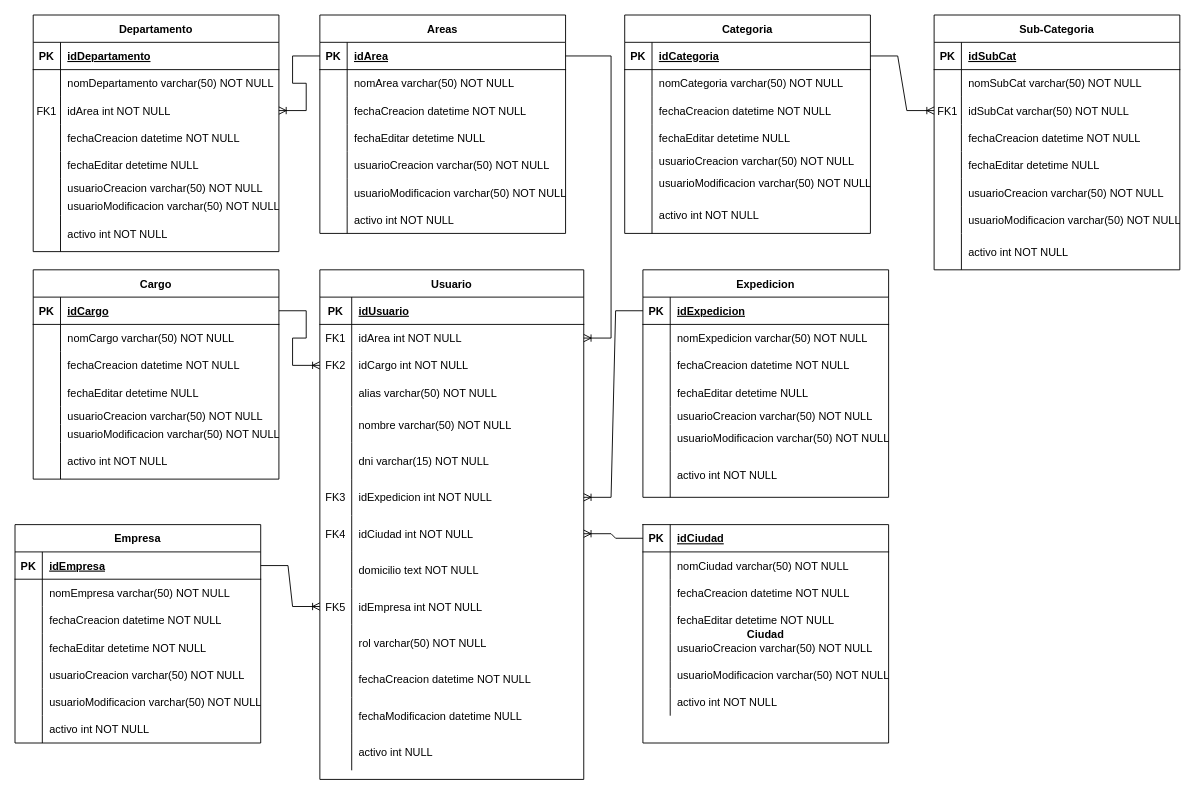
Earlier version of the draw.io diagram Diagrama Activos Fijos.drawio (tomyivan/diagramas-DB). Source tidied: cells renumbered, new cells numbered last; positions are measured from the earlier drawing's top-left corner, leaving out a move shared by most shapes. Both pictures are drawn from the tidied source at 91%, with x=0, y=0 at pixel (15, 15).
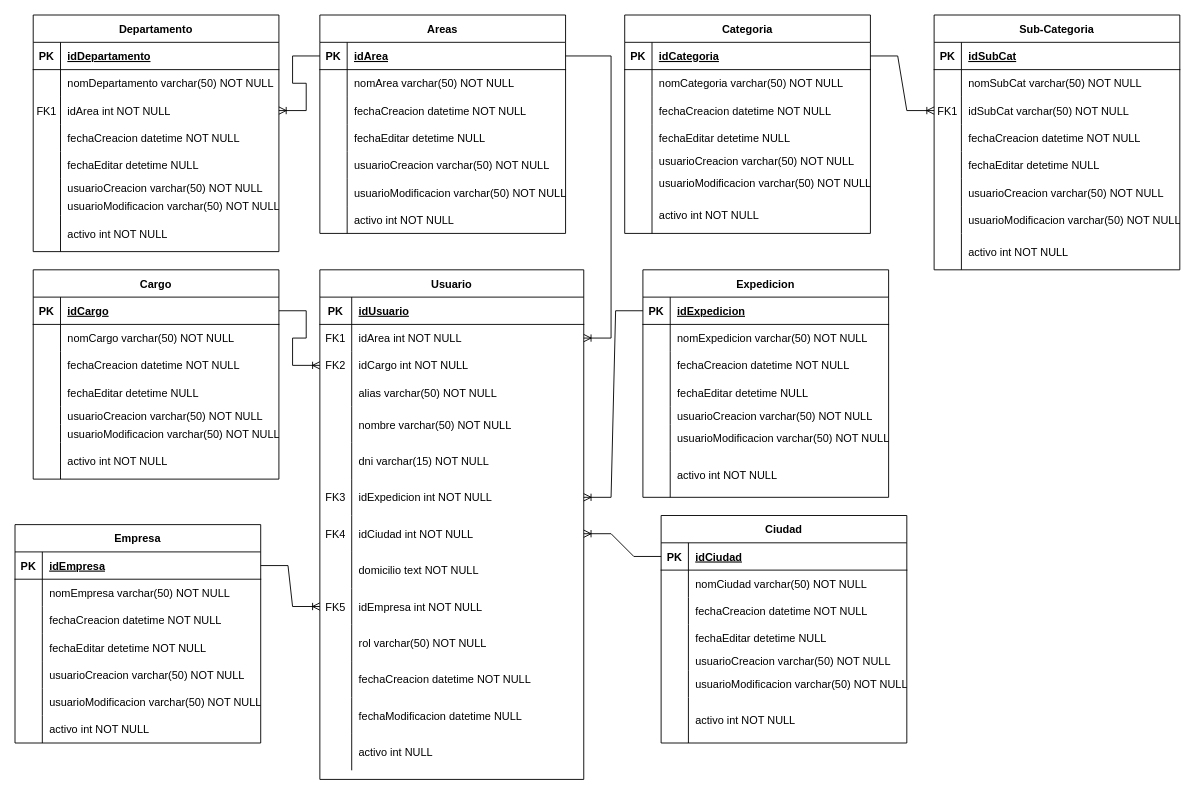
The same page after the edit.

The change refers to these unchanged cells:
```xml
<mxCell id="164" style="shape=partialRectangle;fillColor=none;points=[[0,0.5],[1,0.5]];portConstraint=eastwest;top=0;left=0;right=0;bottom=0;" parent="142" vertex="1">
  <mxGeometry y="270" width="290" height="40" as="geometry" />
</mxCell>
```

Diff of the diagram source:
```diff
@@
-    <mxCell id="49" value="Ciudad" style="shape=table;startSize=0;childLayout=tableLayout;rowLines=0;fontStyle=1;align=center;" parent="1" vertex="1">
-      <mxGeometry x="690" y="560" width="270" height="240" as="geometry" />
-    </mxCell>
-    <mxCell id="50" style="shape=partialRectangle;fillColor=none;points=[[0,0.5],[1,0.5]];portConstraint=eastwest;top=0;left=0;right=0;bottom=1;" parent="49" vertex="1">
-      <mxGeometry width="270" height="30" as="geometry" />
-    </mxCell>
-    <mxCell id="51" value="PK" style="shape=partialRectangle;overflow=hidden;fillColor=none;top=0;left=0;bottom=0;right=0;fontStyle=1;" parent="50" vertex="1">
-      <mxGeometry width="30" height="30" as="geometry" />
-    </mxCell>
-    <mxCell id="52" value="idCiudad" style="shape=partialRectangle;overflow=hidden;fillColor=none;top=0;left=0;bottom=0;right=0;align=left;spacingLeft=6;fontStyle=5;" parent="50" vertex="1">
-      <mxGeometry x="30" width="240" height="30" as="geometry" />
-    </mxCell>
-    <mxCell id="53" style="shape=partialRectangle;fillColor=none;top=0;left=0;right=0;bottom=0;" parent="49" vertex="1">
-      <mxGeometry y="30" width="270" height="30" as="geometry" />
-    </mxCell>
-    <mxCell id="54" style="shape=partialRectangle;overflow=hidden;fillColor=none;top=0;left=0;bottom=0;right=0;" parent="53" vertex="1">
-      <mxGeometry width="30" height="30" as="geometry" />
-    </mxCell>
-    <mxCell id="55" value="nomCiudad varchar(50) NOT NULL" style="shape=partialRectangle;overflow=hidden;fillColor=none;top=0;left=0;bottom=0;right=0;align=left;spacingLeft=6;" parent="53" vertex="1">
-      <mxGeometry x="30" width="240" height="30" as="geometry" />
-    </mxCell>
-    <mxCell id="56" style="shape=partialRectangle;fillColor=none;top=0;left=0;right=0;bottom=0;" parent="49" vertex="1">
-      <mxGeometry y="60" width="270" height="30" as="geometry" />
-    </mxCell>
-    <mxCell id="57" style="shape=partialRectangle;overflow=hidden;fillColor=none;top=0;left=0;bottom=0;right=0;" parent="56" vertex="1">
-      <mxGeometry width="30" height="30" as="geometry" />
-    </mxCell>
-    <mxCell id="58" value="fechaCreacion datetime NOT NULL" style="shape=partialRectangle;overflow=hidden;fillColor=none;top=0;left=0;bottom=0;right=0;align=left;spacingLeft=6;" parent="56" vertex="1">
-      <mxGeometry x="30" width="240" height="30" as="geometry" />
-    </mxCell>
-    <mxCell id="59" style="shape=partialRectangle;fillColor=none;top=0;left=0;right=0;bottom=0;" parent="49" vertex="1">
-      <mxGeometry y="90" width="270" height="30" as="geometry" />
-    </mxCell>
-    <mxCell id="60" style="shape=partialRectangle;overflow=hidden;fillColor=none;top=0;left=0;bottom=0;right=0;" parent="59" vertex="1">
-      <mxGeometry width="30" height="30" as="geometry" />
-    </mxCell>
-    <mxCell id="61" value="fechaEditar detetime NOT NULL" style="shape=partialRectangle;overflow=hidden;fillColor=none;top=0;left=0;bottom=0;right=0;align=left;spacingLeft=6;" parent="59" vertex="1">
-      <mxGeometry x="30" width="240" height="30" as="geometry" />
-    </mxCell>
-    <mxCell id="62" style="shape=partialRectangle;fillColor=none;top=0;left=0;right=0;bottom=0;" parent="49" vertex="1">
-      <mxGeometry y="120" width="270" height="30" as="geometry" />
-    </mxCell>
-    <mxCell id="63" style="shape=partialRectangle;overflow=hidden;fillColor=none;top=0;left=0;bottom=0;right=0;" parent="62" vertex="1">
-      <mxGeometry width="30" height="30" as="geometry" />
-    </mxCell>
-    <mxCell id="64" value="usuarioCreacion varchar(50) NOT NULL" style="shape=partialRectangle;overflow=hidden;fillColor=none;top=0;left=0;bottom=0;right=0;align=left;spacingLeft=6;" parent="62" vertex="1">
-      <mxGeometry x="30" width="240" height="30" as="geometry" />
-    </mxCell>
-    <mxCell id="65" style="shape=partialRectangle;fillColor=none;top=0;left=0;right=0;bottom=0;" parent="49" vertex="1">
-      <mxGeometry y="150" width="270" height="30" as="geometry" />
-    </mxCell>
-    <mxCell id="66" style="shape=partialRectangle;overflow=hidden;fillColor=none;top=0;left=0;bottom=0;right=0;" parent="65" vertex="1">
-      <mxGeometry width="30" height="30" as="geometry" />
-    </mxCell>
-    <mxCell id="67" value="usuarioModificacion varchar(50) NOT NULL" style="shape=partialRectangle;overflow=hidden;fillColor=none;top=0;left=0;bottom=0;right=0;align=left;spacingLeft=6;" parent="65" vertex="1">
-      <mxGeometry x="30" width="240" height="30" as="geometry" />
-    </mxCell>
-    <mxCell id="68" style="shape=partialRectangle;fillColor=none;top=0;left=0;right=0;bottom=0;" parent="49" vertex="1">
-      <mxGeometry y="180" width="270" height="30" as="geometry" />
-    </mxCell>
-    <mxCell id="69" style="shape=partialRectangle;overflow=hidden;fillColor=none;top=0;left=0;bottom=0;right=0;" parent="68" vertex="1">
-      <mxGeometry width="30" height="30" as="geometry" />
-    </mxCell>
-    <mxCell id="70" value="activo int NOT NULL" style="shape=partialRectangle;overflow=hidden;fillColor=none;top=0;left=0;bottom=0;right=0;align=left;spacingLeft=6;" parent="68" vertex="1">
-      <mxGeometry x="30" width="240" height="30" as="geometry" />
-    </mxCell>
@@
-    <mxCell id="233" style="edgeStyle=entityRelationEdgeStyle;fontSize=12;html=1;endArrow=ERoneToMany;rounded=0;" parent="1" edge="1" source="50" target="164">
-      <mxGeometry relative="1" as="geometry" />
-    </mxCell>
+    <mxCell id="49" value="Ciudad" style="shape=table;startSize=30;childLayout=tableLayout;rowLines=0;fontStyle=1;align=center;" parent="1" vertex="1">
+      <mxGeometry x="710" y="550" width="270" height="250" as="geometry" />
+    </mxCell>
+    <mxCell id="234" style="shape=partialRectangle;fillColor=none;points=[[0,0.5],[1,0.5]];portConstraint=eastwest;top=0;left=0;right=0;bottom=1;" parent="49" vertex="1">
+      <mxGeometry y="30" width="270" height="30" as="geometry" />
+    </mxCell>
+    <mxCell id="51" value="PK" style="shape=partialRectangle;overflow=hidden;fillColor=none;top=0;left=0;bottom=0;right=0;fontStyle=1;" parent="234" vertex="1">
+      <mxGeometry width="30" height="30" as="geometry" />
+    </mxCell>
+    <mxCell id="52" value="idCiudad" style="shape=partialRectangle;overflow=hidden;fillColor=none;top=0;left=0;bottom=0;right=0;align=left;spacingLeft=6;fontStyle=5;" parent="234" vertex="1">
+      <mxGeometry x="30" width="240" height="30" as="geometry" />
+    </mxCell>
+    <mxCell id="56" style="shape=partialRectangle;fillColor=none;top=0;left=0;right=0;bottom=0;" parent="49" vertex="1">
+      <mxGeometry y="60" width="270" height="30" as="geometry" />
+    </mxCell>
+    <mxCell id="235" style="shape=partialRectangle;overflow=hidden;fillColor=none;top=0;left=0;bottom=0;right=0;" parent="56" vertex="1">
+      <mxGeometry width="30" height="30" as="geometry" />
+    </mxCell>
+    <mxCell id="55" value="nomCiudad varchar(50) NOT NULL" style="shape=partialRectangle;overflow=hidden;fillColor=none;top=0;left=0;bottom=0;right=0;align=left;spacingLeft=6;" parent="56" vertex="1">
+      <mxGeometry x="30" width="240" height="30" as="geometry" />
+    </mxCell>
+    <mxCell id="59" style="shape=partialRectangle;fillColor=none;top=0;left=0;right=0;bottom=0;" parent="49" vertex="1">
+      <mxGeometry y="90" width="270" height="30" as="geometry" />
+    </mxCell>
+    <mxCell id="236" style="shape=partialRectangle;overflow=hidden;fillColor=none;top=0;left=0;bottom=0;right=0;" parent="59" vertex="1">
+      <mxGeometry width="30" height="30" as="geometry" />
+    </mxCell>
+    <mxCell id="58" value="fechaCreacion datetime NOT NULL" style="shape=partialRectangle;overflow=hidden;fillColor=none;top=0;left=0;bottom=0;right=0;align=left;spacingLeft=6;" parent="59" vertex="1">
+      <mxGeometry x="30" width="240" height="30" as="geometry" />
+    </mxCell>
+    <mxCell id="62" style="shape=partialRectangle;fillColor=none;top=0;left=0;right=0;bottom=0;" parent="49" vertex="1">
+      <mxGeometry y="120" width="270" height="30" as="geometry" />
+    </mxCell>
+    <mxCell id="237" style="shape=partialRectangle;overflow=hidden;fillColor=none;top=0;left=0;bottom=0;right=0;" parent="62" vertex="1">
+      <mxGeometry width="30" height="30" as="geometry" />
+    </mxCell>
+    <mxCell id="238" value="fechaEditar detetime NULL" style="shape=partialRectangle;overflow=hidden;fillColor=none;top=0;left=0;bottom=0;right=0;align=left;spacingLeft=6;" parent="62" vertex="1">
+      <mxGeometry x="30" width="240" height="30" as="geometry" />
+    </mxCell>
+    <mxCell id="239" style="shape=partialRectangle;fillColor=none;top=0;left=0;right=0;bottom=0;" parent="49" vertex="1">
+      <mxGeometry y="150" width="270" height="20" as="geometry" />
+    </mxCell>
+    <mxCell id="240" style="shape=partialRectangle;overflow=hidden;fillColor=none;top=0;left=0;bottom=0;right=0;" parent="239" vertex="1">
+      <mxGeometry width="30" height="20" as="geometry" />
+    </mxCell>
+    <mxCell id="64" value="usuarioCreacion varchar(50) NOT NULL" style="shape=partialRectangle;overflow=hidden;fillColor=none;top=0;left=0;bottom=0;right=0;align=left;spacingLeft=6;" parent="239" vertex="1">
+      <mxGeometry x="30" width="240" height="20" as="geometry" />
+    </mxCell>
+    <mxCell id="241" style="shape=partialRectangle;fillColor=none;top=0;left=0;right=0;bottom=0;" parent="49" vertex="1">
+      <mxGeometry y="170" width="270" height="30" as="geometry" />
+    </mxCell>
+    <mxCell id="242" style="shape=partialRectangle;overflow=hidden;fillColor=none;top=0;left=0;bottom=0;right=0;" parent="241" vertex="1">
+      <mxGeometry width="30" height="30" as="geometry" />
+    </mxCell>
+    <mxCell id="67" value="usuarioModificacion varchar(50) NOT NULL" style="shape=partialRectangle;overflow=hidden;fillColor=none;top=0;left=0;bottom=0;right=0;align=left;spacingLeft=6;" parent="241" vertex="1">
+      <mxGeometry x="30" width="240" height="30" as="geometry" />
+    </mxCell>
+    <mxCell id="243" style="shape=partialRectangle;fillColor=none;top=0;left=0;right=0;bottom=0;" parent="49" vertex="1">
+      <mxGeometry y="200" width="270" height="50" as="geometry" />
+    </mxCell>
+    <mxCell id="244" style="shape=partialRectangle;overflow=hidden;fillColor=none;top=0;left=0;bottom=0;right=0;" parent="243" vertex="1">
+      <mxGeometry width="30" height="50" as="geometry" />
+    </mxCell>
+    <mxCell id="70" value="activo int NOT NULL" style="shape=partialRectangle;overflow=hidden;fillColor=none;top=0;left=0;bottom=0;right=0;align=left;spacingLeft=6;" parent="243" vertex="1">
+      <mxGeometry x="30" width="240" height="50" as="geometry" />
+    </mxCell>
+    <mxCell id="245" style="edgeStyle=entityRelationEdgeStyle;fontSize=12;html=1;endArrow=ERoneToMany;rounded=0;" parent="1" edge="1" source="234" target="164">
+      <mxGeometry relative="1" as="geometry" />
+    </mxCell>
```
